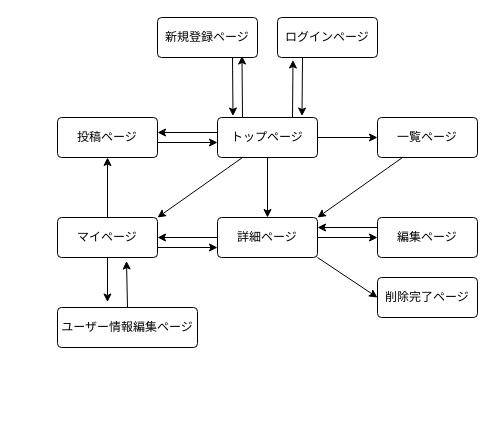
This is page "ページ1" (1 of 2) of 画面遷移図.dio from misuzu5/favorite-things-100, a draw.io file, before an edit. Source tidied: cells renumbered, new cells numbered last; positions are measured from the earlier drawing's top-left corner, leaving out a move shared by most shapes. Both pictures are drawn from the tidied source at 100%, with x=0, y=0 at pixel (57, 17).
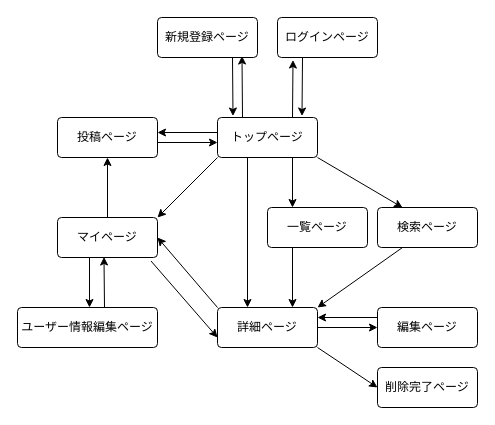
The same diagram, later.

Commit message (it also covers changes not shown here):
ER・README・画面遷移図 編集

Unchanged cells that the change refers to:
```xml
<mxCell id="7" value="トップページ" style="rounded=1;arcSize=10;whiteSpace=wrap;html=1;align=center;fontColor=#000000;fillColor=#FFFFFF;" parent="1" vertex="1">
  <mxGeometry x="160" y="100" width="100" height="40" as="geometry" />
</mxCell>
<mxCell id="25" value="マイページ" style="rounded=1;arcSize=10;whiteSpace=wrap;html=1;align=center;fontColor=#000000;fillColor=#FFFFFF;" parent="1" vertex="1">
  <mxGeometry y="200" width="100" height="40" as="geometry" />
</mxCell>
```

The edit, as a diff of the source:
```diff
@@
-    <mxCell id="2" style="edgeStyle=none;html=1;exitX=0.25;exitY=1;exitDx=0;exitDy=0;entryX=1;entryY=0;entryDx=0;entryDy=0;startArrow=none;startFill=0;endArrow=classic;endFill=1;" parent="1" edge="1" source="7" target="25">
+    <mxCell id="2" style="edgeStyle=none;html=1;exitX=0;exitY=1;exitDx=0;exitDy=0;entryX=1;entryY=0;entryDx=0;entryDy=0;startArrow=none;startFill=0;endArrow=classic;endFill=1;" parent="1" edge="1" source="7" target="25">
       <mxGeometry relative="1" as="geometry" />
     </mxCell>
-    <mxCell id="3" style="edgeStyle=none;html=1;exitX=0.5;exitY=1;exitDx=0;exitDy=0;entryX=0.5;entryY=0;entryDx=0;entryDy=0;startArrow=none;startFill=0;endArrow=classic;endFill=1;" parent="1" edge="1" source="7" target="16">
-      <mxGeometry relative="1" as="geometry" />
+    <mxCell id="3" style="edgeStyle=none;html=1;exitX=0.5;exitY=1;exitDx=0;exitDy=0;entryX=0.5;entryY=0;entryDx=0;entryDy=0;startArrow=none;startFill=0;endArrow=classic;endFill=1;" parent="1" edge="1">
+      <mxGeometry relative="1" as="geometry">
+        <mxPoint x="190" y="140" as="sourcePoint" />
+        <mxPoint x="190" y="290" as="targetPoint" />
+      </mxGeometry>
     </mxCell>
@@
-    <mxCell id="6" style="edgeStyle=none;html=1;exitX=1;exitY=0.5;exitDx=0;exitDy=0;entryX=0;entryY=0.5;entryDx=0;entryDy=0;" parent="1" edge="1" source="7" target="29">
+    <mxCell id="6" style="edgeStyle=none;html=1;exitX=0.75;exitY=1;exitDx=0;exitDy=0;entryX=0.25;entryY=0;entryDx=0;entryDy=0;" parent="1" edge="1" source="7" target="29">
       <mxGeometry relative="1" as="geometry" />
     </mxCell>
+    <mxCell id="30" style="edgeStyle=none;html=1;exitX=1;exitY=1;exitDx=0;exitDy=0;entryX=0.25;entryY=0;entryDx=0;entryDy=0;" parent="1" edge="1" source="7" target="32">
+      <mxGeometry relative="1" as="geometry" />
+    </mxCell>
@@
-    <mxCell id="13" style="edgeStyle=none;html=1;exitX=0;exitY=0.25;exitDx=0;exitDy=0;entryX=1;entryY=0.25;entryDx=0;entryDy=0;startArrow=none;startFill=0;endArrow=classic;endFill=1;" parent="1" edge="1">
+    <mxCell id="13" style="edgeStyle=none;html=1;exitX=0;exitY=0;exitDx=0;exitDy=0;entryX=1;entryY=0.25;entryDx=0;entryDy=0;startArrow=none;startFill=0;endArrow=classic;endFill=1;" parent="1" edge="1" source="16">
       <mxGeometry relative="1" as="geometry">
-        <mxPoint x="160" y="220" as="sourcePoint" />
         <mxPoint x="100" y="220" as="targetPoint" />
       </mxGeometry>
     </mxCell>
@@
     <mxCell id="16" value="詳細ページ" style="rounded=1;arcSize=10;whiteSpace=wrap;html=1;align=center;fontColor=#000000;fillColor=#FFFFFF;" parent="1" vertex="1">
-      <mxGeometry x="160" y="200" width="100" height="40" as="geometry" />
+      <mxGeometry x="160" y="290" width="100" height="40" as="geometry" />
     </mxCell>
@@
     <mxCell id="18" value="編集ページ" style="rounded=1;arcSize=10;whiteSpace=wrap;html=1;align=center;fontColor=#000000;fillColor=#FFFFFF;shadow=0;strokeColor=default;" parent="1" vertex="1">
-      <mxGeometry x="320" y="200" width="100" height="40" as="geometry" />
+      <mxGeometry x="320" y="290" width="100" height="40" as="geometry" />
     </mxCell>
     <mxCell id="19" value="削除完了ページ" style="rounded=1;arcSize=10;whiteSpace=wrap;html=1;align=center;fontColor=#000000;fillColor=#FFFFFF;" parent="1" vertex="1">
-      <mxGeometry x="320" y="260" width="100" height="40" as="geometry" />
+      <mxGeometry x="320" y="350" width="100" height="40" as="geometry" />
     </mxCell>
@@
-    <mxCell id="23" style="edgeStyle=none;html=1;exitX=1;exitY=0.75;exitDx=0;exitDy=0;entryX=0;entryY=0.75;entryDx=0;entryDy=0;startArrow=none;startFill=0;endArrow=classic;endFill=1;" parent="1" edge="1" source="25" target="16">
+    <mxCell id="23" style="edgeStyle=none;html=1;exitX=0.935;exitY=1.088;exitDx=0;exitDy=0;entryX=0;entryY=0.75;entryDx=0;entryDy=0;startArrow=none;startFill=0;endArrow=classic;endFill=1;exitPerimeter=0;" parent="1" edge="1" source="25" target="16">
       <mxGeometry relative="1" as="geometry" />
     </mxCell>
-    <mxCell id="24" style="edgeStyle=none;html=1;exitX=0.5;exitY=1;exitDx=0;exitDy=0;entryX=0.357;entryY=-0.137;entryDx=0;entryDy=0;entryPerimeter=0;" parent="1" edge="1" source="25" target="27">
-      <mxGeometry relative="1" as="geometry" />
+    <mxCell id="24" style="edgeStyle=none;html=1;exitX=0.5;exitY=1;exitDx=0;exitDy=0;entryX=0.643;entryY=0;entryDx=0;entryDy=0;entryPerimeter=0;" parent="1" edge="1">
+      <mxGeometry relative="1" as="geometry">
+        <mxPoint x="32" y="240" as="sourcePoint" />
+        <mxPoint x="32" y="290" as="targetPoint" />
+      </mxGeometry>
     </mxCell>
@@
-    <mxCell id="26" style="edgeStyle=none;html=1;exitX=0.5;exitY=0;exitDx=0;exitDy=0;entryX=0.69;entryY=1.088;entryDx=0;entryDy=0;entryPerimeter=0;" parent="1" edge="1" source="27" target="25">
-      <mxGeometry relative="1" as="geometry" />
+    <mxCell id="26" style="edgeStyle=none;html=1;exitX=0.75;exitY=0;exitDx=0;exitDy=0;entryX=0.645;entryY=0.988;entryDx=0;entryDy=0;entryPerimeter=0;" parent="1" edge="1">
+      <mxGeometry relative="1" as="geometry">
+        <mxPoint x="47" y="290" as="sourcePoint" />
+        <mxPoint x="46.5" y="239.5" as="targetPoint" />
+      </mxGeometry>
     </mxCell>
     <mxCell id="27" value="ユーザー情報編集ページ" style="rounded=1;arcSize=10;whiteSpace=wrap;html=1;align=center;fontColor=#000000;fillColor=#FFFFFF;" parent="1" vertex="1">
-      <mxGeometry y="290" width="140" height="40" as="geometry" />
+      <mxGeometry x="-40" y="290" width="140" height="40" as="geometry" />
     </mxCell>
-    <mxCell id="28" style="edgeStyle=none;html=1;exitX=0.25;exitY=1;exitDx=0;exitDy=0;entryX=1;entryY=0;entryDx=0;entryDy=0;" parent="1" edge="1" source="29" target="16">
+    <mxCell id="28" style="edgeStyle=none;html=1;exitX=0.25;exitY=1;exitDx=0;exitDy=0;entryX=0.75;entryY=0;entryDx=0;entryDy=0;" parent="1" edge="1" source="29" target="16">
       <mxGeometry relative="1" as="geometry" />
     </mxCell>
     <mxCell id="29" value="一覧ページ" style="rounded=1;arcSize=10;whiteSpace=wrap;html=1;align=center;fontColor=#000000;fillColor=#FFFFFF;" parent="1" vertex="1">
-      <mxGeometry x="320" y="100" width="100" height="40" as="geometry" />
+      <mxGeometry x="210" y="190" width="100" height="40" as="geometry" />
     </mxCell>
+    <mxCell id="31" style="edgeStyle=none;html=1;exitX=0.25;exitY=1;exitDx=0;exitDy=0;entryX=1;entryY=0;entryDx=0;entryDy=0;" parent="1" edge="1" source="32" target="16">
+      <mxGeometry relative="1" as="geometry" />
+    </mxCell>
+    <mxCell id="32" value="検索ページ" style="rounded=1;arcSize=10;whiteSpace=wrap;html=1;align=center;fontColor=#000000;fillColor=#FFFFFF;" parent="1" vertex="1">
+      <mxGeometry x="320" y="190" width="100" height="40" as="geometry" />
+    </mxCell>
```
